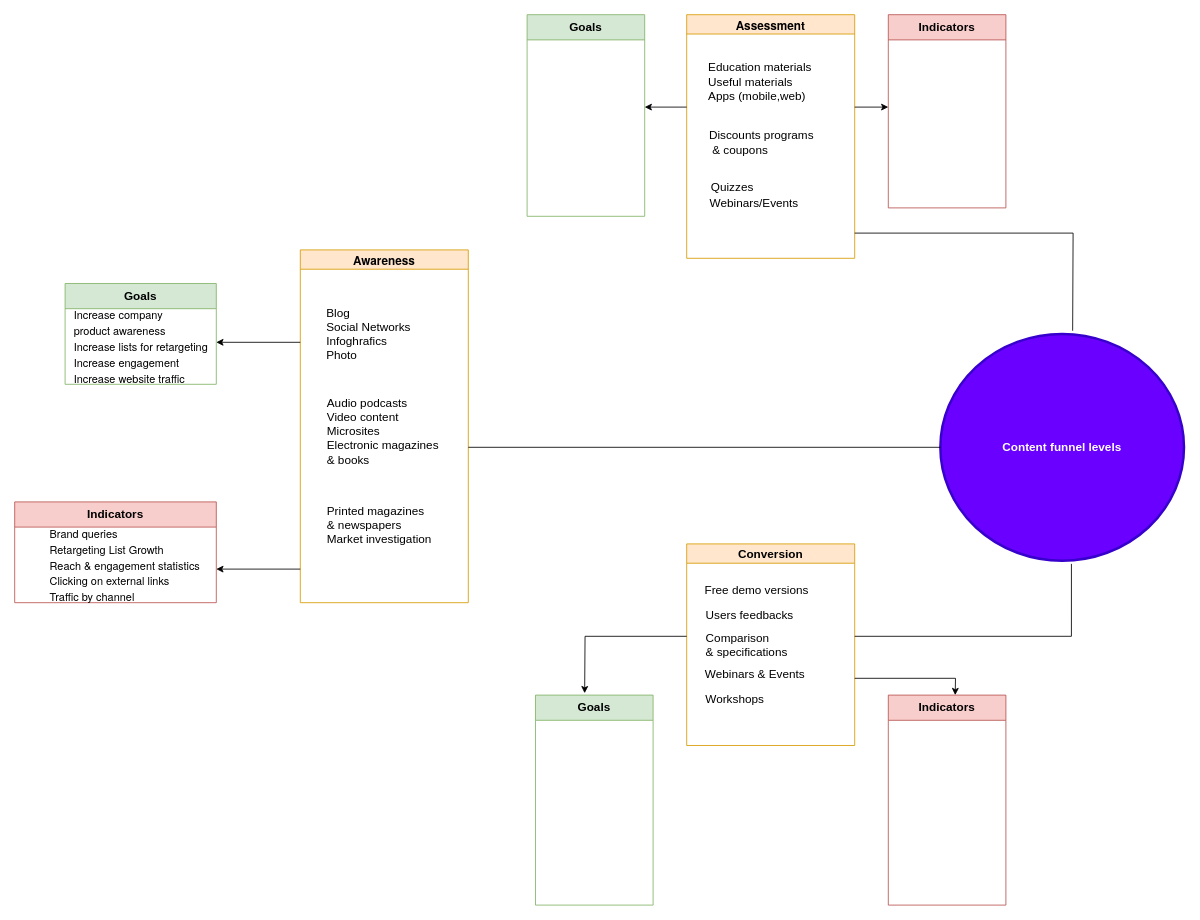
This is Content  marketing diagram.drawio from annastazi09/blog, a draw.io file, before an edit. Source tidied: cells renumbered, new cells numbered last; positions are measured from the earlier drawing's top-left corner, leaving out a move shared by most shapes. Both pictures are drawn from the tidied source at 84%, with x=0, y=0 at pixel (14, 14).
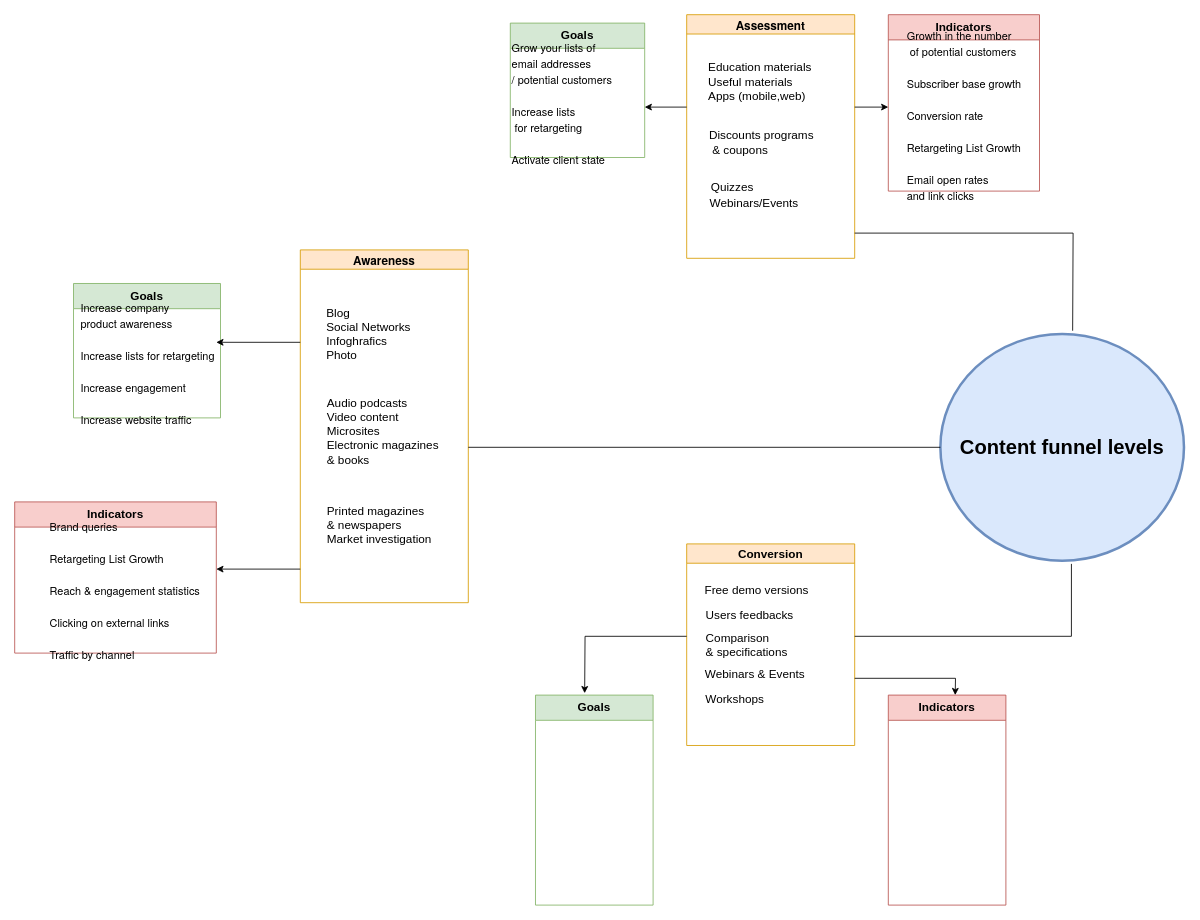
After the change.

Diff of the diagram source:
```diff
@@
-    <mxCell id="17" value="&lt;font style=&quot;font-size: 14px;&quot;&gt;&lt;b&gt;Content funnel levels&lt;/b&gt;&lt;/font&gt;" style="ellipse;whiteSpace=wrap;html=1;fillColor=#6a00ff;fontColor=#ffffff;strokeColor=#3700CC;strokeWidth=3;" parent="1" vertex="1">
+    <mxCell id="17" value="&lt;font style=&quot;font-size: 24px;&quot;&gt;&lt;b style=&quot;&quot;&gt;Content funnel levels&lt;/b&gt;&lt;/font&gt;" style="ellipse;whiteSpace=wrap;html=1;fillColor=#dae8fc;strokeColor=#6c8ebf;strokeWidth=3;" parent="1" vertex="1">
       <mxGeometry x="1102" y="380" width="290" height="270" as="geometry" />
     </mxCell>
@@
     <mxCell id="21" value="&lt;b&gt;Goals&lt;/b&gt;" style="swimlane;fontStyle=0;horizontal=1;startSize=30;whiteSpace=wrap;html=1;strokeWidth=1;fontSize=14;fillColor=#d5e8d4;strokeColor=#82b366;" parent="1" vertex="1">
-      <mxGeometry x="610" width="140" height="240" as="geometry" />
+      <mxGeometry x="590" y="10" width="160" height="160" as="geometry" />
     </mxCell>
+    <mxCell id="35" value="&lt;p style=&quot;margin: 0px; font-variant-numeric: normal; font-variant-east-asian: normal; font-stretch: normal; font-size: 13px; line-height: normal; font-family: &amp;quot;Helvetica Neue&amp;quot;;&quot; class=&quot;p1&quot;&gt;Grow your lists of&amp;nbsp;&lt;/p&gt;&lt;p style=&quot;margin: 0px; font-variant-numeric: normal; font-variant-east-asian: normal; font-stretch: normal; font-size: 13px; line-height: normal; font-family: &amp;quot;Helvetica Neue&amp;quot;;&quot; class=&quot;p1&quot;&gt;email addresses&amp;nbsp;&lt;/p&gt;&lt;p style=&quot;margin: 0px; font-variant-numeric: normal; font-variant-east-asian: normal; font-stretch: normal; font-size: 13px; line-height: normal; font-family: &amp;quot;Helvetica Neue&amp;quot;;&quot; class=&quot;p1&quot;&gt;/ potential customers&lt;/p&gt;&lt;p style=&quot;margin: 0px; font-variant-numeric: normal; font-variant-east-asian: normal; font-stretch: normal; font-size: 13px; line-height: normal; font-family: &amp;quot;Helvetica Neue&amp;quot;;&quot; class=&quot;p1&quot;&gt;&lt;br&gt;&lt;/p&gt;&lt;p style=&quot;margin: 0px; font-variant-numeric: normal; font-variant-east-asian: normal; font-stretch: normal; font-size: 13px; line-height: normal; font-family: &amp;quot;Helvetica Neue&amp;quot;;&quot; class=&quot;p1&quot;&gt;Increase lists&lt;/p&gt;&lt;p style=&quot;margin: 0px; font-variant-numeric: normal; font-variant-east-asian: normal; font-stretch: normal; font-size: 13px; line-height: normal; font-family: &amp;quot;Helvetica Neue&amp;quot;;&quot; class=&quot;p1&quot;&gt;&amp;nbsp;for retargeting&lt;/p&gt;&lt;p style=&quot;margin: 0px; font-variant-numeric: normal; font-variant-east-asian: normal; font-stretch: normal; font-size: 13px; line-height: normal; font-family: &amp;quot;Helvetica Neue&amp;quot;;&quot; class=&quot;p1&quot;&gt;&lt;br&gt;&lt;/p&gt;&lt;p style=&quot;margin: 0px; font-variant-numeric: normal; font-variant-east-asian: normal; font-stretch: normal; font-size: 13px; line-height: normal; font-family: &amp;quot;Helvetica Neue&amp;quot;;&quot; class=&quot;p1&quot;&gt;Activate client state&lt;/p&gt;" style="text;html=1;align=left;verticalAlign=middle;strokeColor=none;fillColor=none;fontSize=12;" parent="21" vertex="1">
+      <mxGeometry y="30" width="160" height="130" as="geometry" />
+    </mxCell>
     <mxCell id="22" value="&lt;b&gt;Indicators&lt;/b&gt;" style="swimlane;fontStyle=0;horizontal=1;startSize=30;whiteSpace=wrap;html=1;strokeWidth=1;fontSize=14;fillColor=#f8cecc;strokeColor=#b85450;" parent="1" vertex="1">
-      <mxGeometry x="1040" width="140" height="230" as="geometry" />
+      <mxGeometry x="1040" width="180" height="210" as="geometry" />
     </mxCell>
+    <mxCell id="36" value="&lt;p style=&quot;margin: 0px; font-variant-numeric: normal; font-variant-east-asian: normal; font-stretch: normal; font-size: 13px; line-height: normal; font-family: &amp;quot;Helvetica Neue&amp;quot;; text-align: start;&quot; class=&quot;p1&quot;&gt;Growth in the number&lt;/p&gt;&lt;p style=&quot;margin: 0px; font-variant-numeric: normal; font-variant-east-asian: normal; font-stretch: normal; font-size: 13px; line-height: normal; font-family: &amp;quot;Helvetica Neue&amp;quot;; text-align: start;&quot; class=&quot;p1&quot;&gt;&amp;nbsp;of potential customers&lt;/p&gt;&lt;p style=&quot;margin: 0px; font-variant-numeric: normal; font-variant-east-asian: normal; font-stretch: normal; font-size: 13px; line-height: normal; font-family: &amp;quot;Helvetica Neue&amp;quot;; text-align: start;&quot; class=&quot;p1&quot;&gt;&lt;br&gt;&lt;/p&gt;&lt;p style=&quot;margin: 0px; font-variant-numeric: normal; font-variant-east-asian: normal; font-stretch: normal; font-size: 13px; line-height: normal; font-family: &amp;quot;Helvetica Neue&amp;quot;; text-align: start;&quot; class=&quot;p1&quot;&gt;Subscriber base growth&lt;/p&gt;&lt;p style=&quot;margin: 0px; font-variant-numeric: normal; font-variant-east-asian: normal; font-stretch: normal; font-size: 13px; line-height: normal; font-family: &amp;quot;Helvetica Neue&amp;quot;; text-align: start;&quot; class=&quot;p1&quot;&gt;&lt;br&gt;&lt;/p&gt;&lt;p style=&quot;margin: 0px; font-variant-numeric: normal; font-variant-east-asian: normal; font-stretch: normal; font-size: 13px; line-height: normal; font-family: &amp;quot;Helvetica Neue&amp;quot;; text-align: start;&quot; class=&quot;p1&quot;&gt;Conversion rate&lt;/p&gt;&lt;p style=&quot;margin: 0px; font-variant-numeric: normal; font-variant-east-asian: normal; font-stretch: normal; font-size: 13px; line-height: normal; font-family: &amp;quot;Helvetica Neue&amp;quot;; text-align: start;&quot; class=&quot;p1&quot;&gt;&lt;br&gt;&lt;/p&gt;&lt;p style=&quot;margin: 0px; font-variant-numeric: normal; font-variant-east-asian: normal; font-stretch: normal; font-size: 13px; line-height: normal; font-family: &amp;quot;Helvetica Neue&amp;quot;; text-align: start;&quot; class=&quot;p1&quot;&gt;Retargeting List Growth&lt;/p&gt;&lt;p style=&quot;margin: 0px; font-variant-numeric: normal; font-variant-east-asian: normal; font-stretch: normal; font-size: 13px; line-height: normal; font-family: &amp;quot;Helvetica Neue&amp;quot;; text-align: start;&quot; class=&quot;p1&quot;&gt;&lt;br&gt;&lt;/p&gt;&lt;p style=&quot;margin: 0px; font-variant-numeric: normal; font-variant-east-asian: normal; font-stretch: normal; font-size: 13px; line-height: normal; font-family: &amp;quot;Helvetica Neue&amp;quot;; text-align: start;&quot; class=&quot;p1&quot;&gt;Email open rates&amp;nbsp;&lt;/p&gt;&lt;p style=&quot;margin: 0px; font-variant-numeric: normal; font-variant-east-asian: normal; font-stretch: normal; font-size: 13px; line-height: normal; font-family: &amp;quot;Helvetica Neue&amp;quot;; text-align: start;&quot; class=&quot;p1&quot;&gt;and link clicks&lt;/p&gt;" style="text;html=1;align=center;verticalAlign=middle;strokeColor=none;fillColor=none;fontSize=12;" parent="22" vertex="1">
+      <mxGeometry y="30" width="180" height="180" as="geometry" />
+    </mxCell>
@@
     <mxCell id="29" value="&lt;b&gt;Indicators&lt;/b&gt;" style="swimlane;fontStyle=0;horizontal=1;startSize=30;whiteSpace=wrap;html=1;strokeWidth=1;fontSize=14;fillColor=#f8cecc;strokeColor=#b85450;" parent="1" vertex="1">
-      <mxGeometry y="580" width="240" height="120" as="geometry" />
+      <mxGeometry y="580" width="240" height="180" as="geometry" />
     </mxCell>
-    <mxCell id="30" value="&lt;blockquote style=&quot;margin: 0 0 0 40px; border: none; padding: 0px;&quot;&gt;&lt;p style=&quot;margin: 0px; font-variant-numeric: normal; font-variant-east-asian: normal; font-stretch: normal; font-size: 13px; line-height: normal; font-family: &amp;quot;Helvetica Neue&amp;quot;;&quot; class=&quot;p1&quot;&gt;Brand queries&lt;/p&gt;&lt;p style=&quot;margin: 0px; font-variant-numeric: normal; font-variant-east-asian: normal; font-stretch: normal; font-size: 13px; line-height: normal; font-family: &amp;quot;Helvetica Neue&amp;quot;;&quot; class=&quot;p1&quot;&gt;Retargeting List Growth&lt;/p&gt;&lt;p style=&quot;margin: 0px; font-variant-numeric: normal; font-variant-east-asian: normal; font-stretch: normal; font-size: 13px; line-height: normal; font-family: &amp;quot;Helvetica Neue&amp;quot;;&quot; class=&quot;p1&quot;&gt;Reach &amp;amp; engagement statistics&lt;/p&gt;&lt;p style=&quot;margin: 0px; font-variant-numeric: normal; font-variant-east-asian: normal; font-stretch: normal; font-size: 13px; line-height: normal; font-family: &amp;quot;Helvetica Neue&amp;quot;;&quot; class=&quot;p1&quot;&gt;Clicking on external links&lt;/p&gt;&lt;p style=&quot;margin: 0px; font-variant-numeric: normal; font-variant-east-asian: normal; font-stretch: normal; font-size: 13px; line-height: normal; font-family: &amp;quot;Helvetica Neue&amp;quot;;&quot; class=&quot;p1&quot;&gt;Traffic by channel&lt;/p&gt;&lt;/blockquote&gt;" style="text;html=1;align=left;verticalAlign=middle;strokeColor=none;fillColor=none;fontSize=14;" parent="29" vertex="1">
-      <mxGeometry y="30" width="240" height="90" as="geometry" />
+    <mxCell id="30" value="&lt;blockquote style=&quot;margin: 0 0 0 40px; border: none; padding: 0px;&quot;&gt;&lt;p style=&quot;margin: 0px; font-variant-numeric: normal; font-variant-east-asian: normal; font-stretch: normal; font-size: 13px; line-height: normal; font-family: &amp;quot;Helvetica Neue&amp;quot;;&quot; class=&quot;p1&quot;&gt;Brand queries&lt;/p&gt;&lt;p style=&quot;margin: 0px; font-variant-numeric: normal; font-variant-east-asian: normal; font-stretch: normal; font-size: 13px; line-height: normal; font-family: &amp;quot;Helvetica Neue&amp;quot;;&quot; class=&quot;p1&quot;&gt;&lt;br&gt;&lt;/p&gt;&lt;p style=&quot;margin: 0px; font-variant-numeric: normal; font-variant-east-asian: normal; font-stretch: normal; font-size: 13px; line-height: normal; font-family: &amp;quot;Helvetica Neue&amp;quot;;&quot; class=&quot;p1&quot;&gt;Retargeting List Growth&lt;/p&gt;&lt;p style=&quot;margin: 0px; font-variant-numeric: normal; font-variant-east-asian: normal; font-stretch: normal; font-size: 13px; line-height: normal; font-family: &amp;quot;Helvetica Neue&amp;quot;;&quot; class=&quot;p1&quot;&gt;&lt;br&gt;&lt;/p&gt;&lt;p style=&quot;margin: 0px; font-variant-numeric: normal; font-variant-east-asian: normal; font-stretch: normal; font-size: 13px; line-height: normal; font-family: &amp;quot;Helvetica Neue&amp;quot;;&quot; class=&quot;p1&quot;&gt;Reach &amp;amp; engagement statistic&lt;span style=&quot;background-color: initial;&quot;&gt;s&lt;/span&gt;&lt;/p&gt;&lt;p style=&quot;margin: 0px; font-variant-numeric: normal; font-variant-east-asian: normal; font-stretch: normal; font-size: 13px; line-height: normal; font-family: &amp;quot;Helvetica Neue&amp;quot;;&quot; class=&quot;p1&quot;&gt;&lt;span style=&quot;background-color: initial;&quot;&gt;&lt;br&gt;&lt;/span&gt;&lt;/p&gt;&lt;p style=&quot;margin: 0px; font-variant-numeric: normal; font-variant-east-asian: normal; font-stretch: normal; font-size: 13px; line-height: normal; font-family: &amp;quot;Helvetica Neue&amp;quot;;&quot; class=&quot;p1&quot;&gt;Clicking on external links&lt;/p&gt;&lt;p style=&quot;margin: 0px; font-variant-numeric: normal; font-variant-east-asian: normal; font-stretch: normal; font-size: 13px; line-height: normal; font-family: &amp;quot;Helvetica Neue&amp;quot;;&quot; class=&quot;p1&quot;&gt;&lt;br&gt;&lt;/p&gt;&lt;p style=&quot;margin: 0px; font-variant-numeric: normal; font-variant-east-asian: normal; font-stretch: normal; font-size: 13px; line-height: normal; font-family: &amp;quot;Helvetica Neue&amp;quot;;&quot; class=&quot;p1&quot;&gt;Traffic by channel&lt;/p&gt;&lt;/blockquote&gt;" style="text;html=1;align=left;verticalAlign=middle;strokeColor=none;fillColor=none;fontSize=14;" parent="29" vertex="1">
+      <mxGeometry y="30" width="240" height="150" as="geometry" />
     </mxCell>
     <mxCell id="31" value="&lt;b&gt;Goals&lt;/b&gt;" style="swimlane;fontStyle=0;horizontal=1;startSize=30;whiteSpace=wrap;html=1;strokeWidth=1;fontSize=14;fillColor=#d5e8d4;strokeColor=#82b366;" parent="1" vertex="1">
-      <mxGeometry x="60" y="320" width="180" height="120" as="geometry" />
+      <mxGeometry x="70" y="320" width="175" height="160" as="geometry" />
     </mxCell>
-    <mxCell id="32" value="&lt;p style=&quot;margin: 0px; font-variant-numeric: normal; font-variant-east-asian: normal; font-stretch: normal; font-size: 13px; line-height: normal; font-family: &amp;quot;Helvetica Neue&amp;quot;; text-align: start;&quot; class=&quot;p1&quot;&gt;Increase company&amp;nbsp;&lt;/p&gt;&lt;p style=&quot;margin: 0px; font-variant-numeric: normal; font-variant-east-asian: normal; font-stretch: normal; font-size: 13px; line-height: normal; font-family: &amp;quot;Helvetica Neue&amp;quot;; text-align: start;&quot; class=&quot;p1&quot;&gt;&lt;span style=&quot;background-color: initial;&quot;&gt;product awareness&lt;/span&gt;&lt;/p&gt;&lt;p style=&quot;margin: 0px; font-variant-numeric: normal; font-variant-east-asian: normal; font-stretch: normal; font-size: 13px; line-height: normal; font-family: &amp;quot;Helvetica Neue&amp;quot;; text-align: start;&quot; class=&quot;p1&quot;&gt;Increase lists for retargeting&lt;/p&gt;&lt;p style=&quot;margin: 0px; font-variant-numeric: normal; font-variant-east-asian: normal; font-stretch: normal; font-size: 13px; line-height: normal; font-family: &amp;quot;Helvetica Neue&amp;quot;; text-align: start;&quot; class=&quot;p1&quot;&gt;Increase engagement&lt;/p&gt;&lt;p style=&quot;margin: 0px; font-variant-numeric: normal; font-variant-east-asian: normal; font-stretch: normal; font-size: 13px; line-height: normal; font-family: &amp;quot;Helvetica Neue&amp;quot;; text-align: start;&quot; class=&quot;p1&quot;&gt;Increase website traffic&lt;/p&gt;" style="text;html=1;align=center;verticalAlign=middle;strokeColor=none;fillColor=none;fontSize=14;" parent="31" vertex="1">
-      <mxGeometry y="30" width="180" height="90" as="geometry" />
+    <mxCell id="32" value="&lt;p style=&quot;margin: 0px; font-variant-numeric: normal; font-variant-east-asian: normal; font-stretch: normal; font-size: 13px; line-height: normal; font-family: &amp;quot;Helvetica Neue&amp;quot;; text-align: start;&quot; class=&quot;p1&quot;&gt;Increase company&amp;nbsp;&lt;/p&gt;&lt;p style=&quot;margin: 0px; font-variant-numeric: normal; font-variant-east-asian: normal; font-stretch: normal; font-size: 13px; line-height: normal; font-family: &amp;quot;Helvetica Neue&amp;quot;; text-align: start;&quot; class=&quot;p1&quot;&gt;&lt;span style=&quot;background-color: initial;&quot;&gt;product awareness&lt;/span&gt;&lt;/p&gt;&lt;p style=&quot;margin: 0px; font-variant-numeric: normal; font-variant-east-asian: normal; font-stretch: normal; font-size: 13px; line-height: normal; font-family: &amp;quot;Helvetica Neue&amp;quot;; text-align: start;&quot; class=&quot;p1&quot;&gt;&lt;span style=&quot;background-color: initial;&quot;&gt;&lt;br&gt;&lt;/span&gt;&lt;/p&gt;&lt;p style=&quot;margin: 0px; font-variant-numeric: normal; font-variant-east-asian: normal; font-stretch: normal; font-size: 13px; line-height: normal; font-family: &amp;quot;Helvetica Neue&amp;quot;; text-align: start;&quot; class=&quot;p1&quot;&gt;Increase lists for retargeting&lt;/p&gt;&lt;p style=&quot;margin: 0px; font-variant-numeric: normal; font-variant-east-asian: normal; font-stretch: normal; font-size: 13px; line-height: normal; font-family: &amp;quot;Helvetica Neue&amp;quot;; text-align: start;&quot; class=&quot;p1&quot;&gt;&lt;br&gt;&lt;/p&gt;&lt;p style=&quot;margin: 0px; font-variant-numeric: normal; font-variant-east-asian: normal; font-stretch: normal; font-size: 13px; line-height: normal; font-family: &amp;quot;Helvetica Neue&amp;quot;; text-align: start;&quot; class=&quot;p1&quot;&gt;Increase engagement&lt;/p&gt;&lt;p style=&quot;margin: 0px; font-variant-numeric: normal; font-variant-east-asian: normal; font-stretch: normal; font-size: 13px; line-height: normal; font-family: &amp;quot;Helvetica Neue&amp;quot;; text-align: start;&quot; class=&quot;p1&quot;&gt;&lt;br&gt;&lt;/p&gt;&lt;p style=&quot;margin: 0px; font-variant-numeric: normal; font-variant-east-asian: normal; font-stretch: normal; font-size: 13px; line-height: normal; font-family: &amp;quot;Helvetica Neue&amp;quot;; text-align: start;&quot; class=&quot;p1&quot;&gt;Increase website traffic&lt;/p&gt;" style="text;html=1;align=center;verticalAlign=middle;strokeColor=none;fillColor=none;fontSize=14;" parent="31" vertex="1">
+      <mxGeometry y="30" width="175" height="130" as="geometry" />
     </mxCell>
```
